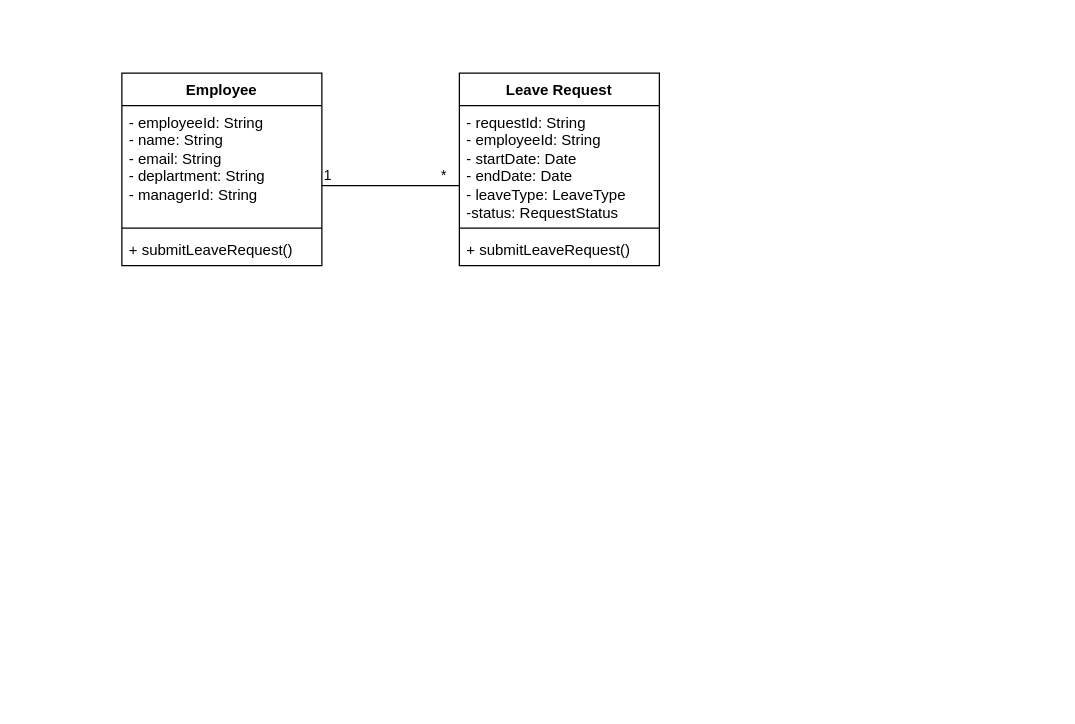
prakashbtech87/aaaaaaaaaaaPrakashDrawIORepo keeps this draw.io diagram as UML Diagram/WDDemo.drawio. Above is the earlier version. Source tidied: cells renumbered, new cells numbered last; positions are measured from the earlier drawing's top-left corner, leaving out a move shared by most shapes. Both pictures are drawn from the tidied source at 125%, with x=0, y=0 at pixel (121, 72).
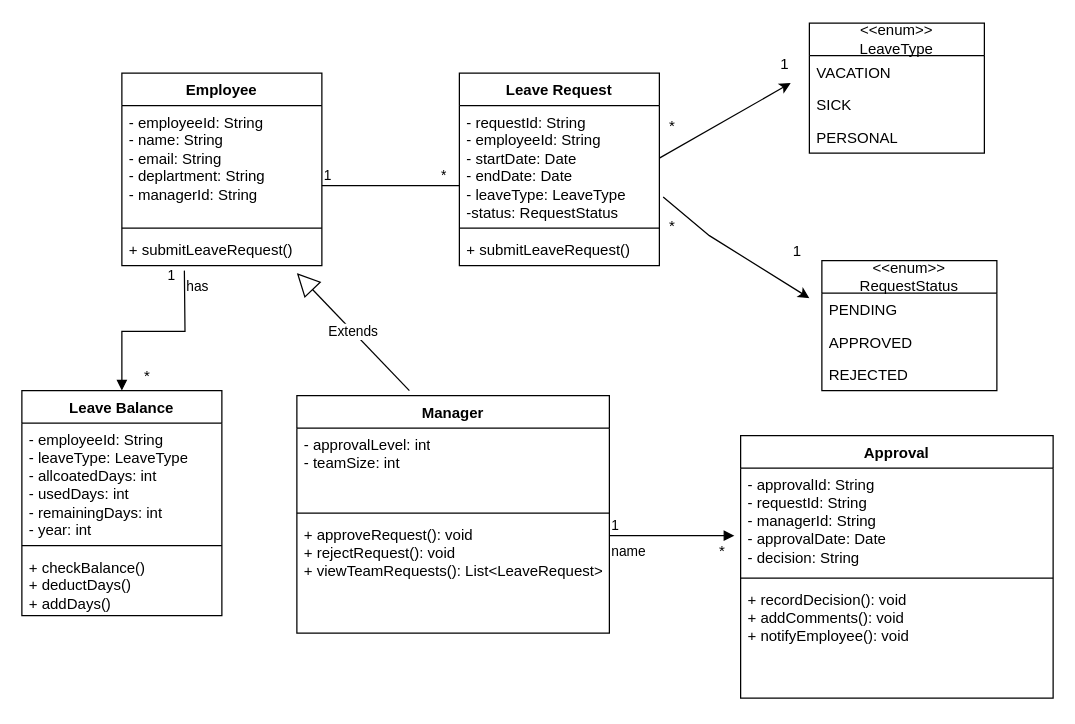
The same diagram, later.

Unchanged cells that the change refers to:
```xml
<mxCell id="7" value="- requestId: String&lt;div&gt;- employeeId: String&lt;br&gt;- startDate: Date&lt;br&gt;- endDate: Date&lt;br&gt;- leaveType: LeaveType&lt;br&gt;-status: RequestStatus&lt;/div&gt;&lt;div&gt;&lt;br&gt;&lt;/div&gt;" style="text;strokeColor=none;fillColor=none;align=left;verticalAlign=top;spacingLeft=4;spacingRight=4;overflow=hidden;points=[[0,0.5],[1,0.5]];portConstraint=eastwest;whiteSpace=wrap;html=1;" parent="6" vertex="1">
  <mxGeometry y="26" width="160" height="94" as="geometry" />
</mxCell>
```

Change to the diagram source:
```diff
@@
+    <mxCell id="13" value="&amp;lt;&amp;lt;enum&amp;gt;&amp;gt;&lt;br&gt;LeaveType" style="swimlane;fontStyle=0;horizontal=1;startSize=26;fillColor=none;whiteSpace=wrap;html=1;" parent="1" vertex="1">
+      <mxGeometry x="550" y="-40" width="140" height="104" as="geometry" />
+    </mxCell>
+    <mxCell id="14" value="VACATION" style="text;strokeColor=none;fillColor=none;align=left;verticalAlign=top;spacingLeft=4;spacingRight=4;overflow=hidden;whiteSpace=wrap;html=1;" parent="13" vertex="1">
+      <mxGeometry y="26" width="140" height="26" as="geometry" />
+    </mxCell>
+    <mxCell id="15" value="SICK" style="text;strokeColor=none;fillColor=none;align=left;verticalAlign=top;spacingLeft=4;spacingRight=4;overflow=hidden;whiteSpace=wrap;html=1;" parent="13" vertex="1">
+      <mxGeometry y="52" width="140" height="26" as="geometry" />
+    </mxCell>
+    <mxCell id="16" value="PERSONAL" style="text;strokeColor=none;fillColor=none;align=left;verticalAlign=top;spacingLeft=4;spacingRight=4;overflow=hidden;whiteSpace=wrap;html=1;" parent="13" vertex="1">
+      <mxGeometry y="78" width="140" height="26" as="geometry" />
+    </mxCell>
+    <mxCell id="17" value="&amp;lt;&amp;lt;enum&amp;gt;&amp;gt;&lt;br&gt;RequestStatus" style="swimlane;fontStyle=0;horizontal=1;startSize=26;fillColor=none;whiteSpace=wrap;html=1;" parent="1" vertex="1">
+      <mxGeometry x="560" y="150" width="140" height="104" as="geometry" />
+    </mxCell>
+    <mxCell id="18" value="PENDING" style="text;strokeColor=none;fillColor=none;align=left;verticalAlign=top;spacingLeft=4;spacingRight=4;overflow=hidden;whiteSpace=wrap;html=1;" parent="17" vertex="1">
+      <mxGeometry y="26" width="140" height="26" as="geometry" />
+    </mxCell>
+    <mxCell id="19" value="APPROVED" style="text;strokeColor=none;fillColor=none;align=left;verticalAlign=top;spacingLeft=4;spacingRight=4;overflow=hidden;whiteSpace=wrap;html=1;" parent="17" vertex="1">
+      <mxGeometry y="52" width="140" height="26" as="geometry" />
+    </mxCell>
+    <mxCell id="20" value="REJECTED" style="text;strokeColor=none;fillColor=none;align=left;verticalAlign=top;spacingLeft=4;spacingRight=4;overflow=hidden;whiteSpace=wrap;html=1;" parent="17" vertex="1">
+      <mxGeometry y="78" width="140" height="26" as="geometry" />
+    </mxCell>
+    <mxCell id="21" value="1" style="text;html=1;align=center;verticalAlign=middle;strokeColor=none;fillColor=none;" parent="1" vertex="1">
+      <mxGeometry x="525" y="128" width="30" height="30" as="geometry" />
+    </mxCell>
+    <mxCell id="22" value="*" style="text;html=1;align=center;verticalAlign=middle;strokeColor=none;fillColor=none;" parent="1" vertex="1">
+      <mxGeometry x="425" y="108" width="30" height="30" as="geometry" />
+    </mxCell>
+    <mxCell id="23" value="*" style="text;html=1;align=center;verticalAlign=middle;strokeColor=none;fillColor=none;" parent="1" vertex="1">
+      <mxGeometry x="425" y="28" width="30" height="30" as="geometry" />
+    </mxCell>
+    <mxCell id="24" value="1" style="text;html=1;align=center;verticalAlign=middle;points=[];strokeColor=none;fillColor=none;" parent="1" vertex="1">
+      <mxGeometry x="515" y="-22" width="30" height="30" as="geometry" />
+    </mxCell>
+    <mxCell id="25" value="Manager" style="swimlane;fontStyle=1;align=center;verticalAlign=top;horizontal=1;startSize=26;whiteSpace=wrap;html=1;" parent="1" vertex="1">
+      <mxGeometry x="140" y="258" width="250" height="190" as="geometry" />
+    </mxCell>
+    <mxCell id="26" value="- approvalLevel: int&lt;div&gt;- teamSize: int&lt;br&gt;&lt;br&gt;&lt;/div&gt;&lt;div&gt;&lt;br&gt;&lt;/div&gt;" style="text;strokeColor=none;fillColor=none;align=left;verticalAlign=top;spacingLeft=4;spacingRight=4;overflow=hidden;whiteSpace=wrap;html=1;" parent="25" vertex="1">
+      <mxGeometry y="26" width="250" height="64" as="geometry" />
+    </mxCell>
+    <mxCell id="27" style="line;strokeWidth=1;fillColor=none;align=left;verticalAlign=middle;spacingTop=-1;spacingLeft=3;spacingRight=3;labelPosition=right;strokeColor=inherit;" parent="25" vertex="1">
+      <mxGeometry y="90" width="250" height="8" as="geometry" />
+    </mxCell>
+    <mxCell id="28" value="+ approveRequest(): void&lt;br&gt;+ rejectRequest(): void&lt;br&gt;+ viewTeamRequests(): List&amp;lt;LeaveRequest&amp;gt;" style="text;strokeColor=none;fillColor=none;align=left;verticalAlign=top;spacingLeft=4;spacingRight=4;overflow=hidden;whiteSpace=wrap;html=1;" parent="25" vertex="1">
+      <mxGeometry y="98" width="250" height="92" as="geometry" />
+    </mxCell>
+    <mxCell id="29" value="Extends" style="endArrow=block;endSize=16;endFill=0;html=1;rounded=0;" parent="1" edge="1">
+      <mxGeometry relative="1" as="geometry">
+        <mxPoint x="230" y="254" as="sourcePoint" />
+        <mxPoint x="140" y="160" as="targetPoint" />
+      </mxGeometry>
+    </mxCell>
+    <mxCell id="30" value="Leave Balance" style="swimlane;fontStyle=1;align=center;verticalAlign=top;horizontal=1;startSize=26;whiteSpace=wrap;html=1;" parent="1" vertex="1">
+      <mxGeometry x="-80" y="254" width="160" height="180" as="geometry" />
+    </mxCell>
+    <mxCell id="31" value="- employeeId: String&lt;br&gt;- leaveType: LeaveType&lt;br&gt;- allcoatedDays: int&lt;br&gt;- usedDays: int&lt;br&gt;- remainingDays: int&lt;br&gt;- year: int" style="text;strokeColor=none;fillColor=none;align=left;verticalAlign=top;spacingLeft=4;spacingRight=4;overflow=hidden;whiteSpace=wrap;html=1;" parent="30" vertex="1">
+      <mxGeometry y="26" width="160" height="94" as="geometry" />
+    </mxCell>
+    <mxCell id="32" style="line;strokeWidth=1;fillColor=none;align=left;verticalAlign=middle;spacingTop=-1;spacingLeft=3;spacingRight=3;labelPosition=right;strokeColor=inherit;" parent="30" vertex="1">
+      <mxGeometry y="120" width="160" height="8" as="geometry" />
+    </mxCell>
+    <mxCell id="33" value="+ checkBalance()&lt;br&gt;+ deductDays()&lt;br&gt;+ addDays()" style="text;strokeColor=none;fillColor=none;align=left;verticalAlign=top;spacingLeft=4;spacingRight=4;overflow=hidden;whiteSpace=wrap;html=1;" parent="30" vertex="1">
+      <mxGeometry y="128" width="160" height="52" as="geometry" />
+    </mxCell>
+    <mxCell id="34" value="has&amp;nbsp;" style="endArrow=block;endFill=1;html=1;edgeStyle=orthogonalEdgeStyle;align=left;verticalAlign=top;rounded=0;entryX=0.5;entryY=0;entryDx=0;entryDy=0;" parent="1" edge="1" target="30">
+      <mxGeometry x="-1" relative="1" as="geometry">
+        <mxPoint x="50" y="158" as="sourcePoint" />
+      </mxGeometry>
+    </mxCell>
+    <mxCell id="35" value="1" style="edgeLabel;html=1;align=left;verticalAlign=bottom;" parent="34" vertex="1">
+      <mxGeometry x="-1" relative="1" as="geometry">
+        <mxPoint x="-15" y="12" as="offset" />
+      </mxGeometry>
+    </mxCell>
+    <mxCell id="36" value="*" style="text;html=1;align=center;verticalAlign=middle;strokeColor=none;fillColor=none;" parent="1" vertex="1">
+      <mxGeometry x="5" y="228" width="30" height="30" as="geometry" />
+    </mxCell>
+    <mxCell id="37" style="endArrow=classic;html=1;rounded=0;entryX=0.667;entryY=1;entryDx=0;entryDy=0;entryPerimeter=0;" parent="1" edge="1" target="24">
+      <mxGeometry relative="1" as="geometry">
+        <mxPoint x="430" y="68" as="sourcePoint" />
+      </mxGeometry>
+    </mxCell>
+    <mxCell id="38" style="endArrow=classic;html=1;rounded=0;exitX=1.019;exitY=0.777;exitDx=0;exitDy=0;exitPerimeter=0;" parent="1" edge="1" source="7">
+      <mxGeometry relative="1" as="geometry">
+        <mxPoint x="550" y="180" as="targetPoint" />
+        <Array as="points">
+          <mxPoint x="470" y="130" />
+        </Array>
+      </mxGeometry>
+    </mxCell>
+    <mxCell id="39" value="Approval" style="swimlane;fontStyle=1;align=center;verticalAlign=top;horizontal=1;startSize=26;whiteSpace=wrap;html=1;" parent="1" vertex="1">
+      <mxGeometry x="495" y="290" width="250" height="210" as="geometry" />
+    </mxCell>
+    <mxCell id="40" value="- approvalId: String&lt;br&gt;- requestId: String&lt;br&gt;- managerId: String&lt;br&gt;- approvalDate: Date&lt;br&gt;- decision: String" style="text;strokeColor=none;fillColor=none;align=left;verticalAlign=top;spacingLeft=4;spacingRight=4;overflow=hidden;whiteSpace=wrap;html=1;" parent="39" vertex="1">
+      <mxGeometry y="26" width="250" height="84" as="geometry" />
+    </mxCell>
+    <mxCell id="41" style="line;strokeWidth=1;fillColor=none;align=left;verticalAlign=middle;spacingTop=-1;spacingLeft=3;spacingRight=3;labelPosition=right;strokeColor=inherit;" parent="39" vertex="1">
+      <mxGeometry y="110" width="250" height="8" as="geometry" />
+    </mxCell>
+    <mxCell id="42" value="+ recordDecision(): void&lt;br&gt;+ addComments(): void&lt;br&gt;+ notifyEmployee(): void" style="text;strokeColor=none;fillColor=none;align=left;verticalAlign=top;spacingLeft=4;spacingRight=4;overflow=hidden;whiteSpace=wrap;html=1;" parent="39" vertex="1">
+      <mxGeometry y="118" width="250" height="92" as="geometry" />
+    </mxCell>
+    <mxCell id="43" value="name" style="endArrow=block;endFill=1;html=1;edgeStyle=orthogonalEdgeStyle;align=left;verticalAlign=top;rounded=0;" parent="1" edge="1">
+      <mxGeometry x="-1" relative="1" as="geometry">
+        <mxPoint x="390" y="370" as="sourcePoint" />
+        <mxPoint x="490" y="370" as="targetPoint" />
+      </mxGeometry>
+    </mxCell>
+    <mxCell id="44" value="1" style="edgeLabel;html=1;align=left;verticalAlign=bottom;" parent="43" vertex="1">
+      <mxGeometry x="-1" relative="1" as="geometry" />
+    </mxCell>
+    <mxCell id="45" value="*" style="text;html=1;align=center;verticalAlign=middle;strokeColor=none;fillColor=none;" parent="1" vertex="1">
+      <mxGeometry x="465" y="368" width="30" height="30" as="geometry" />
+    </mxCell>
```
